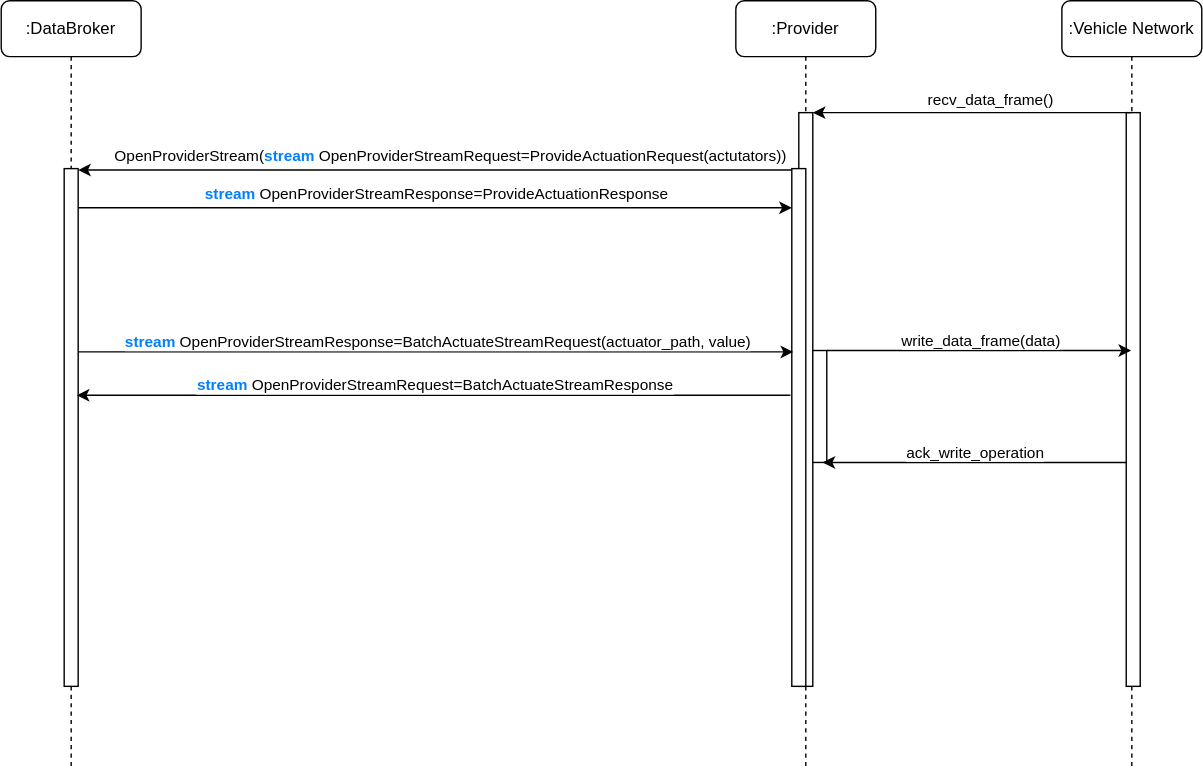
Above: doc/diagrams/provider_recv_actuation.svg in eclipse-kuksa/kuksa-databroker (draw.io), before the change. Source tidied: cells renumbered, new cells last; positions are measured from the earlier drawing's top-left corner, leaving out a move shared by most shapes. Its diagram source:
```xml
<mxGraphModel>
  <root>
    <mxCell id="0" />
    <mxCell id="1" parent="0" />
    <mxCell id="2" value=":DataBroker" style="shape=umlLifeline;perimeter=lifelinePerimeter;whiteSpace=wrap;html=1;rounded=1;" parent="1" vertex="1">
      <mxGeometry width="100" height="550" as="geometry" />
    </mxCell>
    <mxCell id="3" style="html=1;perimeter=orthogonalPerimeter;targetShapes=umlLifeline;newEdgeStyle={&quot;curved&quot;:0,&quot;rounded&quot;:0};" parent="2" vertex="1">
      <mxGeometry x="45" y="120" width="10" height="370" as="geometry" />
    </mxCell>
    <mxCell id="4" value=":Provider" style="shape=umlLifeline;perimeter=lifelinePerimeter;whiteSpace=wrap;html=1;rounded=1;" parent="1" vertex="1">
      <mxGeometry x="525" width="100" height="550" as="geometry" />
    </mxCell>
    <mxCell id="5" style="html=1;perimeter=orthogonalPerimeter;targetShapes=umlLifeline;newEdgeStyle={&quot;curved&quot;:0,&quot;rounded&quot;:0};" parent="4" vertex="1">
      <mxGeometry x="45" y="80" width="10" height="410" as="geometry" />
    </mxCell>
    <mxCell id="6" style="html=1;points=[[0,0,0,0,5],[0,1,0,0,-5],[1,0,0,0,5],[1,1,0,0,-5]];perimeter=orthogonalPerimeter;outlineConnect=0;targetShapes=umlLifeline;portConstraint=eastwest;newEdgeStyle={&quot;curved&quot;:0,&quot;rounded&quot;:0};" parent="4" vertex="1">
      <mxGeometry x="40" y="120" width="10" height="370" as="geometry" />
    </mxCell>
    <mxCell id="7" style="html=1;points=[[0,0,0,0,5],[0,1,0,0,-5],[1,0,0,0,5],[1,1,0,0,-5]];perimeter=orthogonalPerimeter;outlineConnect=0;targetShapes=umlLifeline;portConstraint=eastwest;newEdgeStyle={&quot;curved&quot;:0,&quot;rounded&quot;:0};" parent="4" vertex="1">
      <mxGeometry x="55" y="250" width="10" height="80" as="geometry" />
    </mxCell>
    <mxCell id="8" value=":Vehicle Network" style="shape=umlLifeline;perimeter=lifelinePerimeter;whiteSpace=wrap;html=1;outlineConnect=0;rounded=1;" parent="1" vertex="1">
      <mxGeometry x="758" width="100" height="550" as="geometry" />
    </mxCell>
    <mxCell id="9" style="html=1;points=[[0,0,0,0,5],[0,1,0,0,-5],[1,0,0,0,5],[1,1,0,0,-5]];perimeter=orthogonalPerimeter;outlineConnect=0;targetShapes=umlLifeline;portConstraint=eastwest;newEdgeStyle={&quot;curved&quot;:0,&quot;rounded&quot;:0};" parent="8" vertex="1">
      <mxGeometry x="46" y="80" width="10" height="410" as="geometry" />
    </mxCell>
    <mxCell id="10" style="endArrow=classic;html=1;rounded=0;" parent="1" edge="1" source="6">
      <mxGeometry relative="1" as="geometry">
        <mxPoint x="55" y="121" as="targetPoint" />
      </mxGeometry>
    </mxCell>
    <mxCell id="11" value="OpenProviderStream(&lt;b&gt;&lt;font color=&quot;#007fff&quot;&gt;stream&lt;/font&gt;&lt;/b&gt;&amp;nbsp;OpenProviderStreamRequest=ProvideActuationRequest(actutators))" style="edgeLabel;html=1;align=center;verticalAlign=middle;" parent="10" vertex="1">
      <mxGeometry relative="1" as="geometry">
        <mxPoint x="10" y="-11" as="offset" />
      </mxGeometry>
    </mxCell>
    <mxCell id="12" style="endArrow=classic;html=1;rounded=0;" parent="1" edge="1">
      <mxGeometry relative="1" as="geometry">
        <mxPoint x="55" y="148" as="sourcePoint" />
        <mxPoint x="565" y="148" as="targetPoint" />
      </mxGeometry>
    </mxCell>
    <mxCell id="13" value="&lt;b&gt;&lt;font color=&quot;#007fff&quot;&gt;stream&lt;/font&gt;&lt;/b&gt;&amp;nbsp;OpenProviderStreamResponse=ProvideActuationResponse" style="edgeLabel;html=1;align=center;verticalAlign=middle;" parent="12" vertex="1">
      <mxGeometry relative="1" as="geometry">
        <mxPoint y="-10" as="offset" />
      </mxGeometry>
    </mxCell>
    <mxCell id="14" style="endArrow=classic;html=1;rounded=0;" parent="1" edge="1" source="8">
      <mxGeometry relative="1" as="geometry">
        <mxPoint x="580" y="80" as="targetPoint" />
      </mxGeometry>
    </mxCell>
    <mxCell id="15" value="recv_data_frame()" style="edgeLabel;html=1;align=center;verticalAlign=middle;" parent="14" vertex="1">
      <mxGeometry relative="1" as="geometry">
        <mxPoint x="13" y="-10" as="offset" />
      </mxGeometry>
    </mxCell>
    <mxCell id="16" style="endArrow=classic;html=1;rounded=0;" parent="1" edge="1">
      <mxGeometry relative="1" as="geometry">
        <mxPoint x="564" y="282" as="sourcePoint" />
        <mxPoint x="54" y="282" as="targetPoint" />
      </mxGeometry>
    </mxCell>
    <mxCell id="17" value="&lt;b&gt;&lt;font color=&quot;#007fff&quot;&gt;stream&lt;/font&gt;&lt;/b&gt;&amp;nbsp;OpenProviderStreamRequest=BatchActuateStreamResponse" style="edgeLabel;html=1;align=center;verticalAlign=middle;" parent="16" vertex="1">
      <mxGeometry relative="1" as="geometry">
        <mxPoint y="-8" as="offset" />
      </mxGeometry>
    </mxCell>
    <mxCell id="18" style="endArrow=classic;html=1;rounded=0;" parent="1" edge="1">
      <mxGeometry relative="1" as="geometry">
        <mxPoint x="55" y="251" as="sourcePoint" />
        <mxPoint x="566" y="251" as="targetPoint" />
      </mxGeometry>
    </mxCell>
    <mxCell id="19" value="&lt;b&gt;&lt;font color=&quot;#007fff&quot;&gt;stream&lt;/font&gt;&lt;/b&gt;&amp;nbsp;OpenProviderStreamResponse=BatchActuateStreamRequest(actuator_path, value)" style="edgeLabel;html=1;align=center;verticalAlign=middle;" parent="18" vertex="1">
      <mxGeometry relative="1" as="geometry">
        <mxPoint y="-8" as="offset" />
      </mxGeometry>
    </mxCell>
    <mxCell id="20" style="endArrow=classic;html=1;rounded=0;" parent="1" edge="1" target="8">
      <mxGeometry relative="1" as="geometry">
        <mxPoint x="590" y="250" as="sourcePoint" />
      </mxGeometry>
    </mxCell>
    <mxCell id="21" value="write_data_frame(data)" style="edgeLabel;html=1;align=center;verticalAlign=middle;" parent="20" vertex="1">
      <mxGeometry relative="1" as="geometry">
        <mxPoint y="-8" as="offset" />
      </mxGeometry>
    </mxCell>
    <mxCell id="22" style="endArrow=classic;html=1;rounded=0;" parent="1" edge="1">
      <mxGeometry relative="1" as="geometry">
        <mxPoint x="804.5" y="330" as="sourcePoint" />
        <mxPoint x="587" y="330" as="targetPoint" />
      </mxGeometry>
    </mxCell>
    <mxCell id="23" value="ack_write_operation" style="edgeLabel;html=1;align=center;verticalAlign=middle;" parent="22" vertex="1">
      <mxGeometry relative="1" as="geometry">
        <mxPoint y="-8" as="offset" />
      </mxGeometry>
    </mxCell>
  </root>
</mxGraphModel>
```
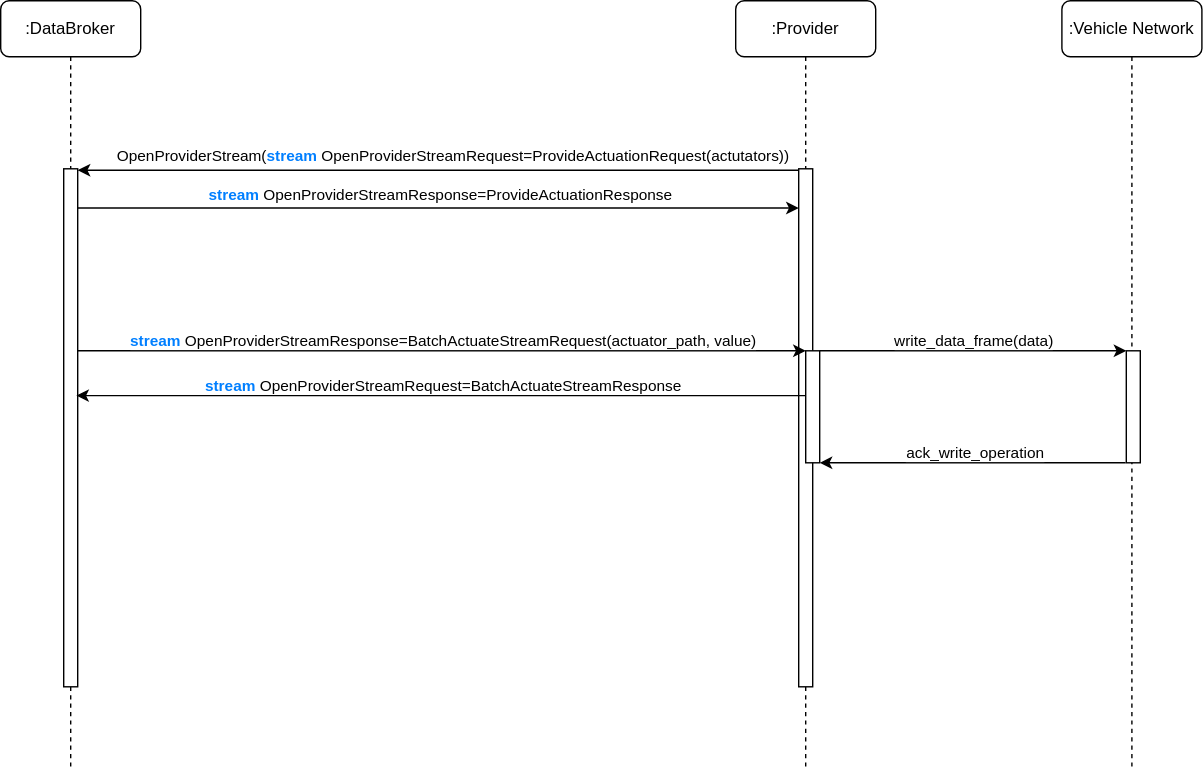
Later version of the same file.

What changed in the source:
```diff
@@ -11,20 +11,17 @@
     <mxCell id="4" value=":Provider" style="shape=umlLifeline;perimeter=lifelinePerimeter;whiteSpace=wrap;html=1;rounded=1;" parent="1" vertex="1">
       <mxGeometry x="525" width="100" height="550" as="geometry" />
     </mxCell>
-    <mxCell id="5" style="html=1;perimeter=orthogonalPerimeter;targetShapes=umlLifeline;newEdgeStyle={&quot;curved&quot;:0,&quot;rounded&quot;:0};" parent="4" vertex="1">
-      <mxGeometry x="45" y="80" width="10" height="410" as="geometry" />
-    </mxCell>
     <mxCell id="6" style="html=1;points=[[0,0,0,0,5],[0,1,0,0,-5],[1,0,0,0,5],[1,1,0,0,-5]];perimeter=orthogonalPerimeter;outlineConnect=0;targetShapes=umlLifeline;portConstraint=eastwest;newEdgeStyle={&quot;curved&quot;:0,&quot;rounded&quot;:0};" parent="4" vertex="1">
-      <mxGeometry x="40" y="120" width="10" height="370" as="geometry" />
+      <mxGeometry x="45" y="120" width="10" height="370" as="geometry" />
     </mxCell>
     <mxCell id="7" style="html=1;points=[[0,0,0,0,5],[0,1,0,0,-5],[1,0,0,0,5],[1,1,0,0,-5]];perimeter=orthogonalPerimeter;outlineConnect=0;targetShapes=umlLifeline;portConstraint=eastwest;newEdgeStyle={&quot;curved&quot;:0,&quot;rounded&quot;:0};" parent="4" vertex="1">
-      <mxGeometry x="55" y="250" width="10" height="80" as="geometry" />
+      <mxGeometry x="50" y="250" width="10" height="80" as="geometry" />
     </mxCell>
     <mxCell id="8" value=":Vehicle Network" style="shape=umlLifeline;perimeter=lifelinePerimeter;whiteSpace=wrap;html=1;outlineConnect=0;rounded=1;" parent="1" vertex="1">
       <mxGeometry x="758" width="100" height="550" as="geometry" />
     </mxCell>
     <mxCell id="9" style="html=1;points=[[0,0,0,0,5],[0,1,0,0,-5],[1,0,0,0,5],[1,1,0,0,-5]];perimeter=orthogonalPerimeter;outlineConnect=0;targetShapes=umlLifeline;portConstraint=eastwest;newEdgeStyle={&quot;curved&quot;:0,&quot;rounded&quot;:0};" parent="8" vertex="1">
-      <mxGeometry x="46" y="80" width="10" height="410" as="geometry" />
+      <mxGeometry x="46" y="250" width="10" height="80" as="geometry" />
     </mxCell>
     <mxCell id="10" style="endArrow=classic;html=1;rounded=0;" parent="1" edge="1" source="6">
       <mxGeometry relative="1" as="geometry">
@@ -36,10 +33,9 @@
         <mxPoint x="10" y="-11" as="offset" />
       </mxGeometry>
     </mxCell>
-    <mxCell id="12" style="endArrow=classic;html=1;rounded=0;" parent="1" edge="1">
+    <mxCell id="12" style="endArrow=classic;html=1;rounded=0;" parent="1" edge="1" target="6">
       <mxGeometry relative="1" as="geometry">
         <mxPoint x="55" y="148" as="sourcePoint" />
-        <mxPoint x="565" y="148" as="targetPoint" />
       </mxGeometry>
     </mxCell>
     <mxCell id="13" value="&lt;b&gt;&lt;font color=&quot;#007fff&quot;&gt;stream&lt;/font&gt;&lt;/b&gt;&amp;nbsp;OpenProviderStreamResponse=ProvideActuationResponse" style="edgeLabel;html=1;align=center;verticalAlign=middle;" parent="12" vertex="1">
@@ -47,19 +43,8 @@
         <mxPoint y="-10" as="offset" />
       </mxGeometry>
     </mxCell>
-    <mxCell id="14" style="endArrow=classic;html=1;rounded=0;" parent="1" edge="1" source="8">
-      <mxGeometry relative="1" as="geometry">
-        <mxPoint x="580" y="80" as="targetPoint" />
-      </mxGeometry>
-    </mxCell>
-    <mxCell id="15" value="recv_data_frame()" style="edgeLabel;html=1;align=center;verticalAlign=middle;" parent="14" vertex="1">
-      <mxGeometry relative="1" as="geometry">
-        <mxPoint x="13" y="-10" as="offset" />
-      </mxGeometry>
-    </mxCell>
-    <mxCell id="16" style="endArrow=classic;html=1;rounded=0;" parent="1" edge="1">
+    <mxCell id="16" style="endArrow=classic;html=1;rounded=0;" parent="1" edge="1" source="7">
       <mxGeometry relative="1" as="geometry">
-        <mxPoint x="564" y="282" as="sourcePoint" />
         <mxPoint x="54" y="282" as="targetPoint" />
       </mxGeometry>
     </mxCell>
@@ -70,8 +55,8 @@
     </mxCell>
     <mxCell id="18" style="endArrow=classic;html=1;rounded=0;" parent="1" edge="1">
       <mxGeometry relative="1" as="geometry">
-        <mxPoint x="55" y="251" as="sourcePoint" />
-        <mxPoint x="566" y="251" as="targetPoint" />
+        <mxPoint x="55" y="250" as="sourcePoint" />
+        <mxPoint x="575" y="250" as="targetPoint" />
       </mxGeometry>
     </mxCell>
     <mxCell id="19" value="&lt;b&gt;&lt;font color=&quot;#007fff&quot;&gt;stream&lt;/font&gt;&lt;/b&gt;&amp;nbsp;OpenProviderStreamResponse=BatchActuateStreamRequest(actuator_path, value)" style="edgeLabel;html=1;align=center;verticalAlign=middle;" parent="18" vertex="1">
@@ -79,9 +64,9 @@
         <mxPoint y="-8" as="offset" />
       </mxGeometry>
     </mxCell>
-    <mxCell id="20" style="endArrow=classic;html=1;rounded=0;" parent="1" edge="1" target="8">
+    <mxCell id="20" style="endArrow=classic;html=1;rounded=0;" parent="1" edge="1" target="9">
       <mxGeometry relative="1" as="geometry">
-        <mxPoint x="590" y="250" as="sourcePoint" />
+        <mxPoint x="585" y="250" as="sourcePoint" />
       </mxGeometry>
     </mxCell>
     <mxCell id="21" value="write_data_frame(data)" style="edgeLabel;html=1;align=center;verticalAlign=middle;" parent="20" vertex="1">
@@ -89,10 +74,9 @@
         <mxPoint y="-8" as="offset" />
       </mxGeometry>
     </mxCell>
-    <mxCell id="22" style="endArrow=classic;html=1;rounded=0;" parent="1" edge="1">
+    <mxCell id="22" style="endArrow=classic;html=1;rounded=0;" parent="1" edge="1" target="7">
       <mxGeometry relative="1" as="geometry">
-        <mxPoint x="804.5" y="330" as="sourcePoint" />
-        <mxPoint x="587" y="330" as="targetPoint" />
+        <mxPoint x="803.5" y="330" as="sourcePoint" />
       </mxGeometry>
     </mxCell>
     <mxCell id="23" value="ack_write_operation" style="edgeLabel;html=1;align=center;verticalAlign=middle;" parent="22" vertex="1">
```
